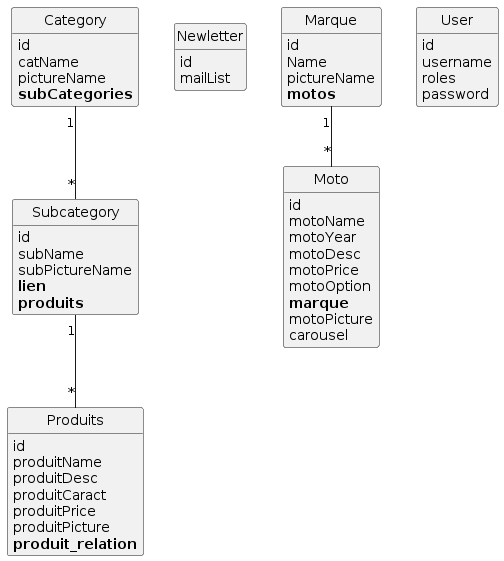
This is puml/index.png from Debl0xMain/webappDid, a PlantUML export, as it was before one commit.
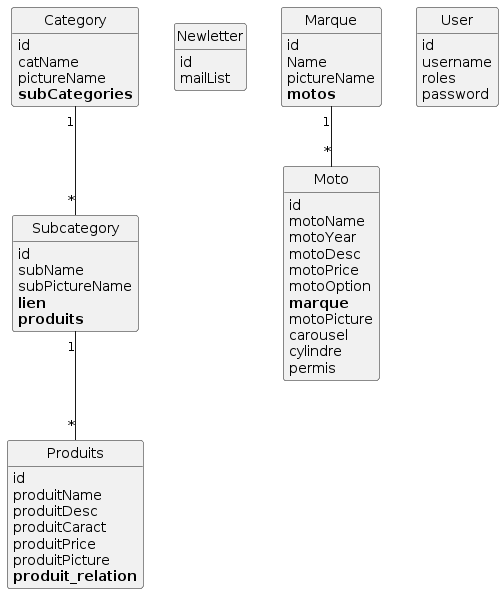
The same file after the commit.

The edit, as a diff of the source:
```diff
@@ -39,6 +39,8 @@
 	**marque**
 	motoPicture
 	carousel
+	cylindre
+	permis
 }
 
 class User {
```
